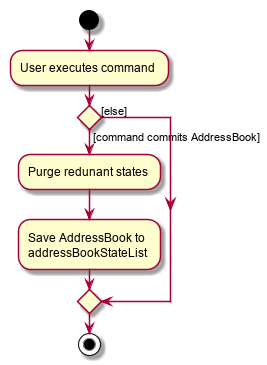
This is docs/images/CommitActivityDiagram.png from nus-cs2103-AY2021S1/tp, a PlantUML export, as it was before one commit.
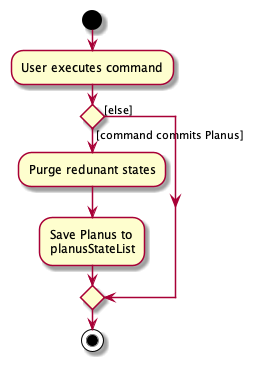
Above is the later version.

The edit, as a diff of the source:
```diff
@@ -3,10 +3,10 @@
 :User executes command;
 
 
-if () then ([command commits AddressBook])
+if () then ([command commits Planus])
     :Purge redunant states;
-    :Save AddressBook to
-    addressBookStateList;
+    :Save Planus to
+    planusStateList;
 else ([else])
 endif
 stop
```
